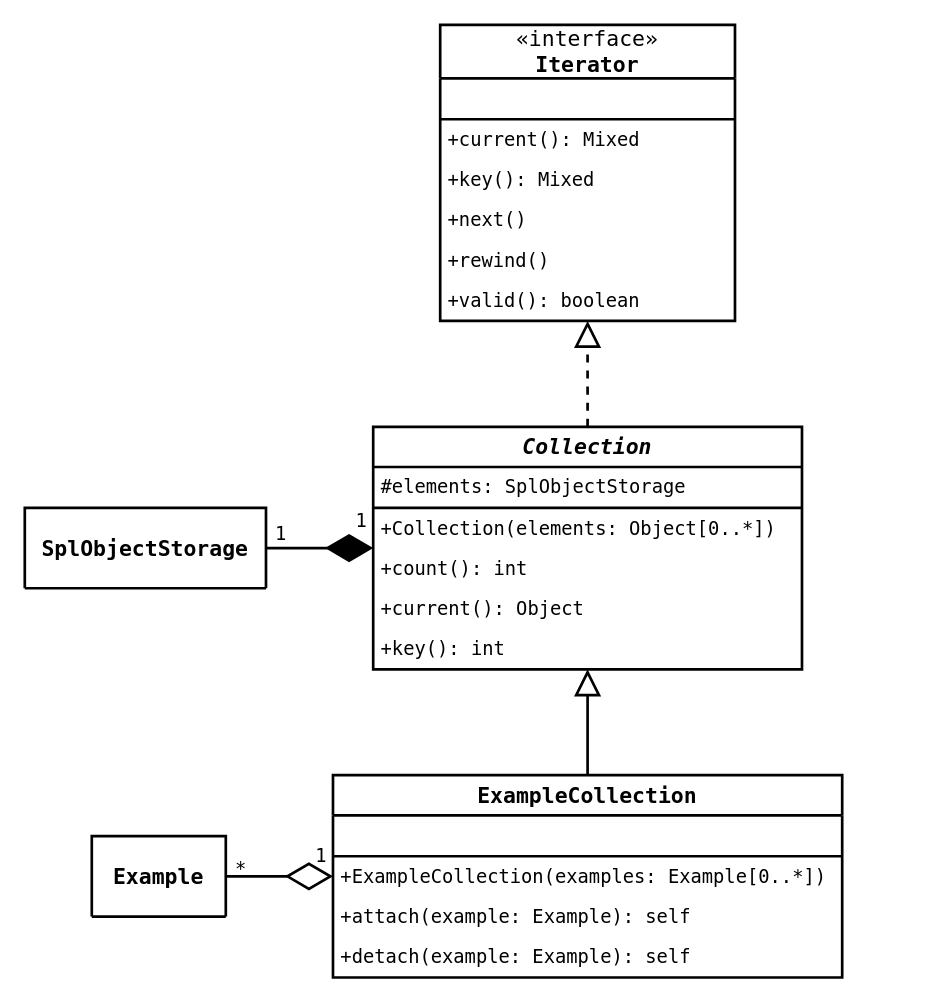
Earlier version of the draw.io diagram page "collections" (2 of 7) of docs/uml/PHPeacock.drawio (AntoineToPHPin/PHPeacock). Source tidied: cells renumbered, new cells numbered last; positions are measured from the earlier drawing's top-left corner, leaving out a move shared by most shapes. Both pictures are drawn from the tidied source at 134%, with x=0, y=0 at pixel (24, 24).
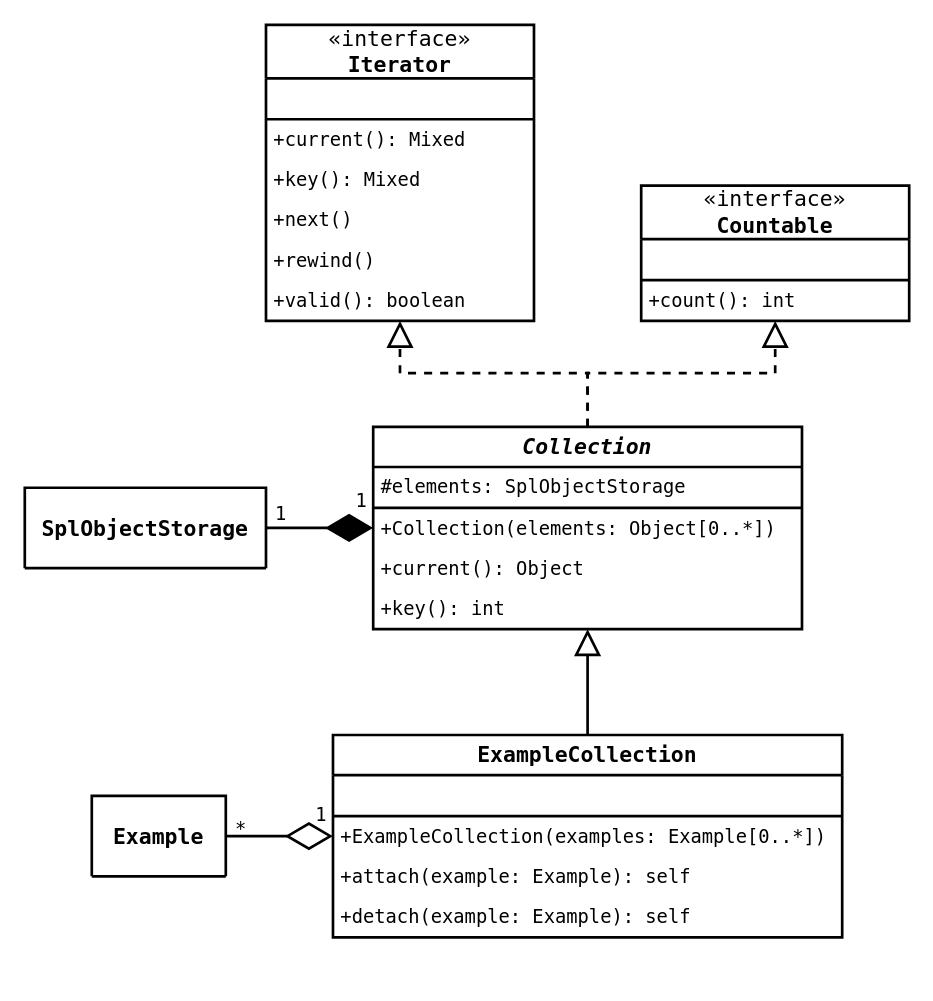
The same diagram, later.

Change to the diagram source:
```diff
@@
     <mxCell id="2" value="&lt;span&gt;Collection&lt;/span&gt;" style="swimlane;fontStyle=3;align=center;verticalAlign=middle;horizontal=1;startSize=30;fontSize=16;fontFamily=Lucida Console;strokeWidth=2;swimlaneLine=1;rounded=0;shadow=0;glass=0;swimlaneFillColor=none;fillColor=none;labelBackgroundColor=none;labelBorderColor=none;whiteSpace=wrap;html=1;noLabel=0;movableLabel=0;comic=0;" parent="1" vertex="1">
-      <mxGeometry x="260" y="300" width="320" height="181" as="geometry" />
+      <mxGeometry x="260" y="300" width="320" height="151" as="geometry" />
     </mxCell>
@@
-    <mxCell id="6" value="+count(): int" style="text;strokeColor=none;fillColor=none;align=left;verticalAlign=middle;spacingLeft=4;spacingRight=4;overflow=hidden;fontSize=14;fontFamily=Lucida Console;whiteSpace=wrap;html=1;fontStyle=0;" parent="2" vertex="1">
-      <mxGeometry y="91" width="320" height="30" as="geometry" />
-    </mxCell>
     <mxCell id="7" value="+current(): Object" style="text;strokeColor=none;fillColor=none;align=left;verticalAlign=middle;spacingLeft=4;spacingRight=4;overflow=hidden;fontSize=14;fontFamily=Lucida Console;whiteSpace=wrap;html=1;fontStyle=0;" parent="2" vertex="1">
-      <mxGeometry y="121" width="320" height="30" as="geometry" />
+      <mxGeometry y="91" width="320" height="30" as="geometry" />
     </mxCell>
     <mxCell id="8" value="+key(): int" style="text;strokeColor=none;fillColor=none;align=left;verticalAlign=middle;spacingLeft=4;spacingRight=4;overflow=hidden;fontSize=14;fontFamily=Lucida Console;whiteSpace=wrap;html=1;fontStyle=0;" parent="2" vertex="1">
-      <mxGeometry y="151" width="320" height="30" as="geometry" />
+      <mxGeometry y="121" width="320" height="30" as="geometry" />
     </mxCell>
     <mxCell id="9" style="edgeStyle=orthogonalEdgeStyle;rounded=0;jettySize=auto;html=1;fontSize=14;strokeWidth=2;endArrow=block;endFill=0;anchorPointDirection=1;snapToPoint=0;fixDash=0;noJump=0;comic=0;endSize=15;startSize=5;dashed=1;" parent="1" edge="1" source="2" target="17">
       <mxGeometry relative="1" as="geometry">
         <Array as="points">
           <mxPoint x="420" y="260" />
-          <mxPoint x="420" y="260" />
+          <mxPoint x="280" y="260" />
         </Array>
       </mxGeometry>
     </mxCell>
@@
     <mxCell id="11" value="&lt;span&gt;ExampleCollection&lt;/span&gt;" style="swimlane;fontStyle=1;align=center;verticalAlign=middle;horizontal=1;startSize=30;fontSize=16;fontFamily=Lucida Console;strokeWidth=2;swimlaneLine=1;rounded=0;shadow=0;glass=0;swimlaneFillColor=none;fillColor=none;labelBackgroundColor=none;labelBorderColor=none;whiteSpace=wrap;html=1;noLabel=0;movableLabel=0;comic=0;" parent="1" vertex="1">
-      <mxGeometry x="230" y="560" width="380" height="151" as="geometry" />
+      <mxGeometry x="230" y="530" width="380" height="151" as="geometry" />
     </mxCell>
@@
     <mxCell id="17" value="&lt;span style=&quot;font-weight: 400&quot;&gt;«interface»&lt;/span&gt;&lt;br style=&quot;font-weight: 400&quot;&gt;Iterator" style="swimlane;fontStyle=1;align=center;verticalAlign=middle;horizontal=1;startSize=40;fontSize=16;fontFamily=Lucida Console;strokeWidth=2;swimlaneLine=1;rounded=0;shadow=0;glass=0;swimlaneFillColor=none;fillColor=none;labelBackgroundColor=none;labelBorderColor=none;whiteSpace=wrap;html=1;noLabel=0;movableLabel=0;comic=0;" parent="1" vertex="1">
-      <mxGeometry x="310" width="220" height="221" as="geometry" />
+      <mxGeometry x="180" width="200" height="221" as="geometry" />
     </mxCell>
     <mxCell id="18" value="&amp;nbsp;" style="text;align=left;verticalAlign=middle;spacingLeft=4;spacingRight=4;overflow=hidden;fontSize=14;fontFamily=Lucida Console;whiteSpace=wrap;strokeWidth=2;html=1;labelBackgroundColor=none;" parent="17" vertex="1">
-      <mxGeometry y="40" width="220" height="30" as="geometry" />
+      <mxGeometry y="40" width="200" height="30" as="geometry" />
     </mxCell>
     <mxCell id="19" style="line;strokeWidth=2;fillColor=none;align=left;verticalAlign=middle;spacingTop=-1;spacingLeft=3;spacingRight=3;labelPosition=right;fontSize=11;html=1;" parent="17" vertex="1">
-      <mxGeometry y="70" width="220" height="1" as="geometry" />
+      <mxGeometry y="70" width="200" height="1" as="geometry" />
     </mxCell>
     <mxCell id="20" value="+current(): Mixed" style="text;strokeColor=none;fillColor=none;align=left;verticalAlign=middle;spacingLeft=4;spacingRight=4;overflow=hidden;fontSize=14;fontFamily=Lucida Console;whiteSpace=wrap;html=1;" parent="17" vertex="1">
-      <mxGeometry y="71" width="220" height="30" as="geometry" />
+      <mxGeometry y="71" width="200" height="30" as="geometry" />
     </mxCell>
     <mxCell id="21" value="+key(): Mixed" style="text;strokeColor=none;fillColor=none;align=left;verticalAlign=middle;spacingLeft=4;spacingRight=4;overflow=hidden;fontSize=14;fontFamily=Lucida Console;whiteSpace=wrap;html=1;" parent="17" vertex="1">
-      <mxGeometry y="101" width="220" height="30" as="geometry" />
+      <mxGeometry y="101" width="200" height="30" as="geometry" />
     </mxCell>
     <mxCell id="22" value="+next()" style="text;strokeColor=none;fillColor=none;align=left;verticalAlign=middle;spacingLeft=4;spacingRight=4;overflow=hidden;fontSize=14;fontFamily=Lucida Console;whiteSpace=wrap;html=1;" parent="17" vertex="1">
-      <mxGeometry y="131" width="220" height="30" as="geometry" />
+      <mxGeometry y="131" width="200" height="30" as="geometry" />
     </mxCell>
     <mxCell id="23" value="+rewind()" style="text;strokeColor=none;fillColor=none;align=left;verticalAlign=middle;spacingLeft=4;spacingRight=4;overflow=hidden;fontSize=14;fontFamily=Lucida Console;whiteSpace=wrap;html=1;" parent="17" vertex="1">
-      <mxGeometry y="161" width="220" height="30" as="geometry" />
+      <mxGeometry y="161" width="200" height="30" as="geometry" />
     </mxCell>
     <mxCell id="24" value="+valid(): boolean" style="text;strokeColor=none;fillColor=none;align=left;verticalAlign=middle;spacingLeft=4;spacingRight=4;overflow=hidden;fontSize=14;fontFamily=Lucida Console;whiteSpace=wrap;html=1;" parent="17" vertex="1">
-      <mxGeometry y="191" width="220" height="30" as="geometry" />
+      <mxGeometry y="191" width="200" height="30" as="geometry" />
     </mxCell>
     <mxCell id="25" value="SplObjectStorage" style="swimlane;fontStyle=1;align=center;verticalAlign=middle;horizontal=1;startSize=90;fontSize=16;fontFamily=Lucida Console;strokeWidth=2;swimlaneLine=1;rounded=0;shadow=0;glass=0;swimlaneFillColor=none;fillColor=none;labelBackgroundColor=none;labelBorderColor=none;whiteSpace=wrap;html=1;noLabel=0;movableLabel=0;comic=0;" parent="1" vertex="1">
-      <mxGeometry y="360.5" width="180" height="60" as="geometry" />
+      <mxGeometry y="345.5" width="180" height="60" as="geometry" />
     </mxCell>
@@
     <mxCell id="29" value="Example" style="swimlane;fontStyle=1;align=center;verticalAlign=middle;horizontal=1;startSize=90;fontSize=16;fontFamily=Lucida Console;strokeWidth=2;swimlaneLine=1;rounded=0;shadow=0;glass=0;swimlaneFillColor=none;fillColor=none;labelBackgroundColor=none;labelBorderColor=none;whiteSpace=wrap;html=1;noLabel=0;movableLabel=0;comic=0;" parent="1" vertex="1">
-      <mxGeometry x="50" y="605.5" width="100" height="60" as="geometry" />
+      <mxGeometry x="50" y="575.5" width="100" height="60" as="geometry" />
     </mxCell>
@@
+    <mxCell id="33" value="&lt;span style=&quot;font-weight: 400&quot;&gt;«interface»&lt;/span&gt;&lt;br style=&quot;font-weight: 400&quot;&gt;Countable" style="swimlane;fontStyle=1;align=center;verticalAlign=middle;horizontal=1;startSize=40;fontSize=16;fontFamily=Lucida Console;strokeWidth=2;swimlaneLine=1;rounded=0;shadow=0;glass=0;swimlaneFillColor=none;fillColor=none;labelBackgroundColor=none;labelBorderColor=none;whiteSpace=wrap;html=1;noLabel=0;movableLabel=0;comic=0;" parent="1" vertex="1">
+      <mxGeometry x="460" y="120" width="200" height="101" as="geometry" />
+    </mxCell>
+    <mxCell id="34" value="&amp;nbsp;" style="text;align=left;verticalAlign=middle;spacingLeft=4;spacingRight=4;overflow=hidden;fontSize=14;fontFamily=Lucida Console;whiteSpace=wrap;strokeWidth=2;html=1;labelBackgroundColor=none;" parent="33" vertex="1">
+      <mxGeometry y="40" width="200" height="30" as="geometry" />
+    </mxCell>
+    <mxCell id="35" style="line;strokeWidth=2;fillColor=none;align=left;verticalAlign=middle;spacingTop=-1;spacingLeft=3;spacingRight=3;labelPosition=right;fontSize=11;html=1;" parent="33" vertex="1">
+      <mxGeometry y="70" width="200" height="1" as="geometry" />
+    </mxCell>
+    <mxCell id="6" value="+count(): int" style="text;strokeColor=none;fillColor=none;align=left;verticalAlign=middle;spacingLeft=4;spacingRight=4;overflow=hidden;fontSize=14;fontFamily=Lucida Console;whiteSpace=wrap;html=1;" parent="33" vertex="1">
+      <mxGeometry y="71" width="200" height="30" as="geometry" />
+    </mxCell>
+    <mxCell id="36" style="edgeStyle=orthogonalEdgeStyle;rounded=0;jettySize=auto;html=1;fontSize=14;strokeWidth=2;endArrow=block;endFill=0;anchorPointDirection=1;snapToPoint=0;fixDash=0;noJump=0;comic=0;endSize=15;startSize=5;dashed=1;" parent="1" edge="1" source="2" target="33">
+      <mxGeometry relative="1" as="geometry">
+        <Array as="points">
+          <mxPoint x="420" y="260" />
+          <mxPoint x="560" y="260" />
+        </Array>
+      </mxGeometry>
+    </mxCell>
```
